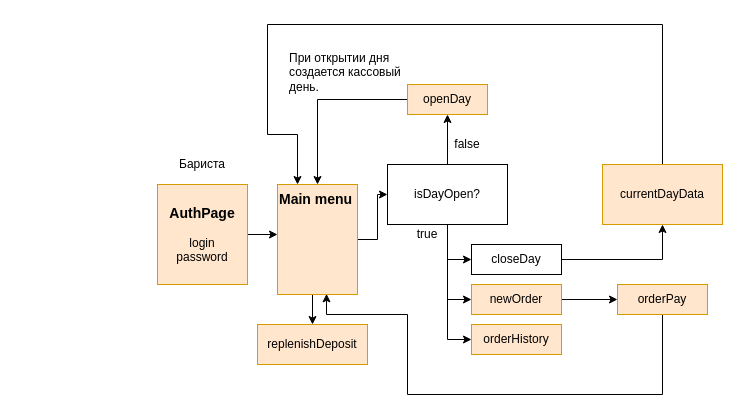
This is page "Structor" (1 of 2) of Rsas.drawio from carryex/rsas, a draw.io file, before an edit. Source tidied: cells renumbered, new cells numbered last; positions are measured from the earlier drawing's top-left corner, leaving out a move shared by most shapes. Both pictures are drawn from the tidied source at 100%, with x=0, y=0 at pixel (157, 24).
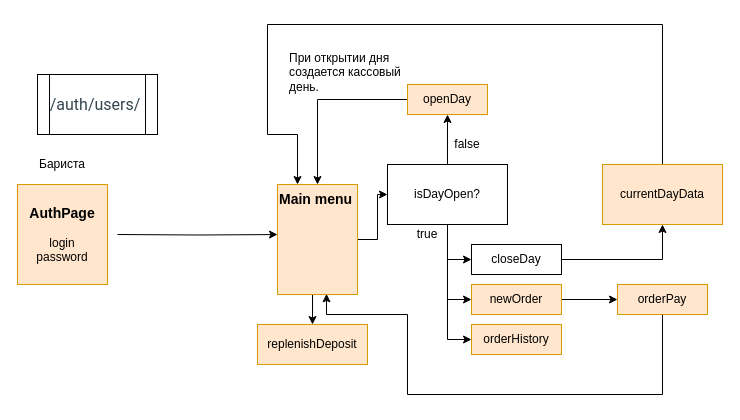
Above is the later version.

The change refers to these unchanged cells:
```xml
<mxCell id="28" value="&lt;font style=&quot;font-size: 14px&quot;&gt;&lt;b&gt;Main menu&lt;/b&gt;&lt;/font&gt;" style="rounded=0;whiteSpace=wrap;html=1;fillColor=#ffe6cc;strokeColor=#d79b00;verticalAlign=top;align=left;" parent="27" vertex="1">
  <mxGeometry x="20" width="80" height="110" as="geometry" />
</mxCell>
```

Change to the diagram source:
```diff
@@
-    <mxCell id="2" style="edgeStyle=orthogonalEdgeStyle;rounded=0;jettySize=auto;html=1;exitX=1;exitY=0.5;exitDx=0;exitDy=0;entryX=0;entryY=0.455;entryDx=0;entryDy=0;entryPerimeter=0;" parent="1" edge="1" source="3" target="28">
-      <mxGeometry relative="1" as="geometry" />
+    <mxCell id="2" style="edgeStyle=orthogonalEdgeStyle;rounded=0;jettySize=auto;html=1;entryX=0;entryY=0.455;entryDx=0;entryDy=0;entryPerimeter=0;" parent="1" edge="1" target="28">
+      <mxGeometry relative="1" as="geometry">
+        <mxPoint x="-40" y="210" as="sourcePoint" />
+      </mxGeometry>
     </mxCell>
     <mxCell id="3" value="&lt;font style=&quot;font-size: 14px&quot;&gt;&lt;b&gt;AuthPage&lt;/b&gt;&lt;/font&gt;&lt;br&gt;&lt;br&gt;login&lt;br&gt;password" style="rounded=0;whiteSpace=wrap;html=1;fillColor=#ffe6cc;strokeColor=#d79b00;" parent="1" vertex="1">
-      <mxGeometry y="160" width="90" height="100" as="geometry" />
+      <mxGeometry x="-140" y="160" width="90" height="100" as="geometry" />
     </mxCell>
     <mxCell id="4" value="Бариста&lt;br&gt;" style="text;html=1;strokeColor=none;fillColor=none;align=center;verticalAlign=middle;whiteSpace=wrap;rounded=0;" parent="1" vertex="1">
-      <mxGeometry y="130" width="90" height="20" as="geometry" />
+      <mxGeometry x="-140" y="130" width="90" height="20" as="geometry" />
     </mxCell>
@@
+    <mxCell id="29" value="&lt;span style=&quot;color: rgb(51 , 68 , 76) ; font-family: &amp;#34;roboto&amp;#34; , sans-serif ; font-size: medium ; background-color: rgb(255 , 255 , 255)&quot;&gt;/auth/users/&amp;nbsp;&lt;/span&gt;" style="shape=process;whiteSpace=wrap;html=1;backgroundOutline=1;" parent="1" vertex="1">
+      <mxGeometry x="-120" y="50" width="120" height="60" as="geometry" />
+    </mxCell>
```
